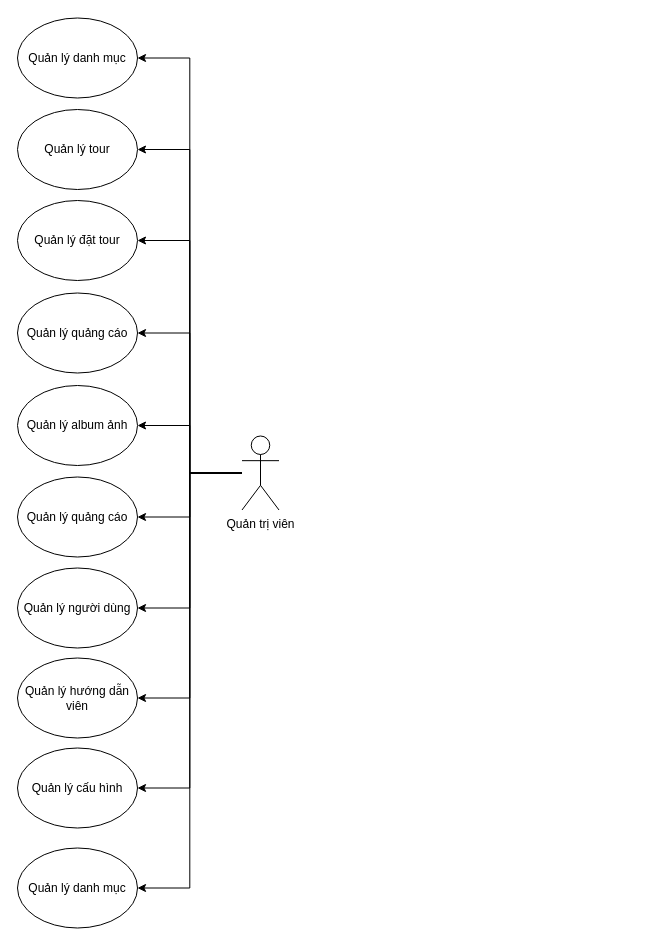
This is Untitled Diagram.drawio from anime-code/tour_travel, a draw.io file, before an edit. Source tidied: cells renumbered, new cells numbered last; positions are measured from the earlier drawing's top-left corner, leaving out a move shared by most shapes. Both pictures are drawn from the tidied source at 100%, with x=0, y=0 at pixel (17, 17).
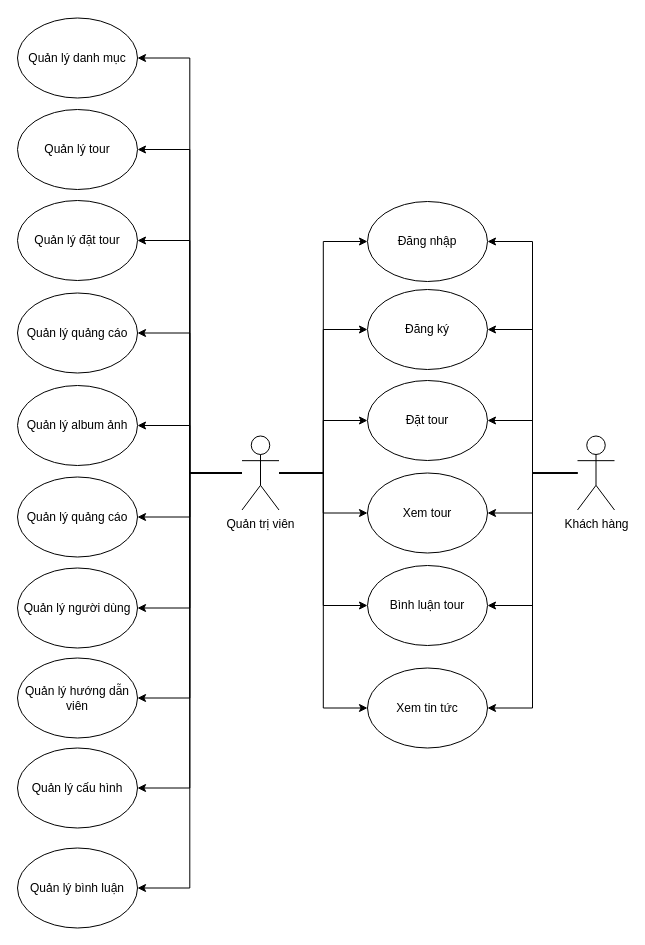
The same diagram, later.

Unchanged cells that the change refers to:
```xml
<mxCell id="12" value="Quản trị viên" style="shape=umlActor;verticalLabelPosition=bottom;labelBackgroundColor=#ffffff;verticalAlign=top;html=1;outlineConnect=0;" parent="1" vertex="1">
  <mxGeometry x="224.5" y="418.5" width="37" height="74" as="geometry" />
</mxCell>
```

The edit, as a diff of the source:
```diff
@@
+    <mxCell id="23" style="edgeStyle=orthogonalEdgeStyle;rounded=0;jettySize=auto;html=1;entryX=0;entryY=0.5;entryDx=0;entryDy=0;" parent="1" edge="1" source="12" target="29">
+      <mxGeometry relative="1" as="geometry" />
+    </mxCell>
+    <mxCell id="24" style="edgeStyle=orthogonalEdgeStyle;rounded=0;jettySize=auto;html=1;entryX=0;entryY=0.5;entryDx=0;entryDy=0;" parent="1" edge="1" source="12" target="30">
+      <mxGeometry relative="1" as="geometry" />
+    </mxCell>
+    <mxCell id="25" style="edgeStyle=orthogonalEdgeStyle;rounded=0;jettySize=auto;html=1;entryX=0;entryY=0.5;entryDx=0;entryDy=0;" parent="1" edge="1" source="12" target="31">
+      <mxGeometry relative="1" as="geometry" />
+    </mxCell>
+    <mxCell id="26" style="edgeStyle=orthogonalEdgeStyle;rounded=0;jettySize=auto;html=1;entryX=0;entryY=0.5;entryDx=0;entryDy=0;" parent="1" edge="1" source="12" target="32">
+      <mxGeometry relative="1" as="geometry" />
+    </mxCell>
+    <mxCell id="27" style="edgeStyle=orthogonalEdgeStyle;rounded=0;jettySize=auto;html=1;entryX=0;entryY=0.5;entryDx=0;entryDy=0;" parent="1" edge="1" source="12" target="33">
+      <mxGeometry relative="1" as="geometry" />
+    </mxCell>
+    <mxCell id="28" style="edgeStyle=orthogonalEdgeStyle;rounded=0;jettySize=auto;html=1;entryX=0;entryY=0.5;entryDx=0;entryDy=0;" parent="1" edge="1" source="12" target="34">
+      <mxGeometry relative="1" as="geometry" />
+    </mxCell>
@@
-    <mxCell id="22" value="Quản lý danh mục" style="ellipse;whiteSpace=wrap;html=1;" parent="1" vertex="1">
+    <mxCell id="22" value="Quản lý bình luận" style="ellipse;whiteSpace=wrap;html=1;" parent="1" vertex="1">
       <mxGeometry y="830.5" width="120" height="80" as="geometry" />
     </mxCell>
+    <mxCell id="29" value="Đăng nhập" style="ellipse;whiteSpace=wrap;html=1;" parent="1" vertex="1">
+      <mxGeometry x="350" y="184" width="120" height="80" as="geometry" />
+    </mxCell>
+    <mxCell id="30" value="Đăng ký" style="ellipse;whiteSpace=wrap;html=1;" parent="1" vertex="1">
+      <mxGeometry x="350" y="272" width="120" height="80" as="geometry" />
+    </mxCell>
+    <mxCell id="31" value="Đặt tour" style="ellipse;whiteSpace=wrap;html=1;" parent="1" vertex="1">
+      <mxGeometry x="350" y="363" width="120" height="80" as="geometry" />
+    </mxCell>
+    <mxCell id="32" value="Xem tour" style="ellipse;whiteSpace=wrap;html=1;" parent="1" vertex="1">
+      <mxGeometry x="350" y="455.5" width="120" height="80" as="geometry" />
+    </mxCell>
+    <mxCell id="33" value="Bình luận tour" style="ellipse;whiteSpace=wrap;html=1;" parent="1" vertex="1">
+      <mxGeometry x="350" y="548" width="120" height="80" as="geometry" />
+    </mxCell>
+    <mxCell id="34" value="Xem tin tức" style="ellipse;whiteSpace=wrap;html=1;" parent="1" vertex="1">
+      <mxGeometry x="350" y="650.5" width="120" height="80" as="geometry" />
+    </mxCell>
+    <mxCell id="35" style="edgeStyle=orthogonalEdgeStyle;rounded=0;jettySize=auto;html=1;entryX=1;entryY=0.5;entryDx=0;entryDy=0;" parent="1" edge="1" source="41" target="29">
+      <mxGeometry relative="1" as="geometry" />
+    </mxCell>
+    <mxCell id="36" style="edgeStyle=orthogonalEdgeStyle;rounded=0;jettySize=auto;html=1;entryX=1;entryY=0.5;entryDx=0;entryDy=0;" parent="1" edge="1" source="41" target="30">
+      <mxGeometry relative="1" as="geometry" />
+    </mxCell>
+    <mxCell id="37" style="edgeStyle=orthogonalEdgeStyle;rounded=0;jettySize=auto;html=1;" parent="1" edge="1" source="41" target="31">
+      <mxGeometry relative="1" as="geometry" />
+    </mxCell>
+    <mxCell id="38" style="edgeStyle=orthogonalEdgeStyle;rounded=0;jettySize=auto;html=1;entryX=1;entryY=0.5;entryDx=0;entryDy=0;" parent="1" edge="1" source="41" target="32">
+      <mxGeometry relative="1" as="geometry" />
+    </mxCell>
+    <mxCell id="39" style="edgeStyle=orthogonalEdgeStyle;rounded=0;jettySize=auto;html=1;entryX=1;entryY=0.5;entryDx=0;entryDy=0;" parent="1" edge="1" source="41" target="33">
+      <mxGeometry relative="1" as="geometry" />
+    </mxCell>
+    <mxCell id="40" style="edgeStyle=orthogonalEdgeStyle;rounded=0;jettySize=auto;html=1;entryX=1;entryY=0.5;entryDx=0;entryDy=0;" parent="1" edge="1" source="41" target="34">
+      <mxGeometry relative="1" as="geometry" />
+    </mxCell>
+    <mxCell id="41" value="Khách hàng" style="shape=umlActor;verticalLabelPosition=bottom;labelBackgroundColor=#ffffff;verticalAlign=top;html=1;outlineConnect=0;" parent="1" vertex="1">
+      <mxGeometry x="560" y="418.5" width="37" height="74" as="geometry" />
+    </mxCell>
```
